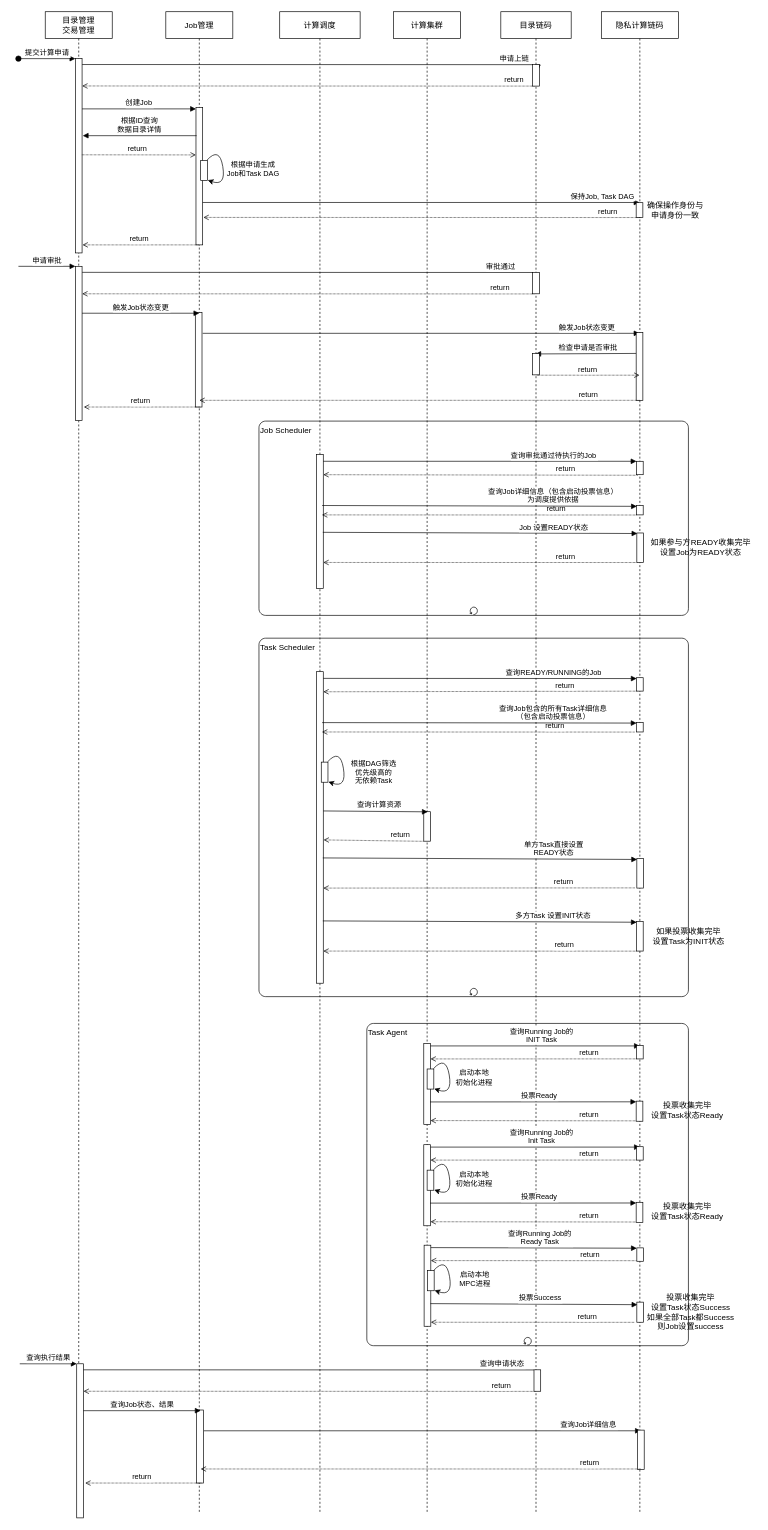
zmmwl/drawio keeps this draw.io diagram as mpc/sequence.drawio. Above is the earlier version. Source tidied: cells renumbered, new cells numbered last; positions are measured from the earlier drawing's top-left corner, leaving out a move shared by most shapes. Both pictures are drawn from the tidied source at 67%, with x=0, y=0 at pixel (18, 11).
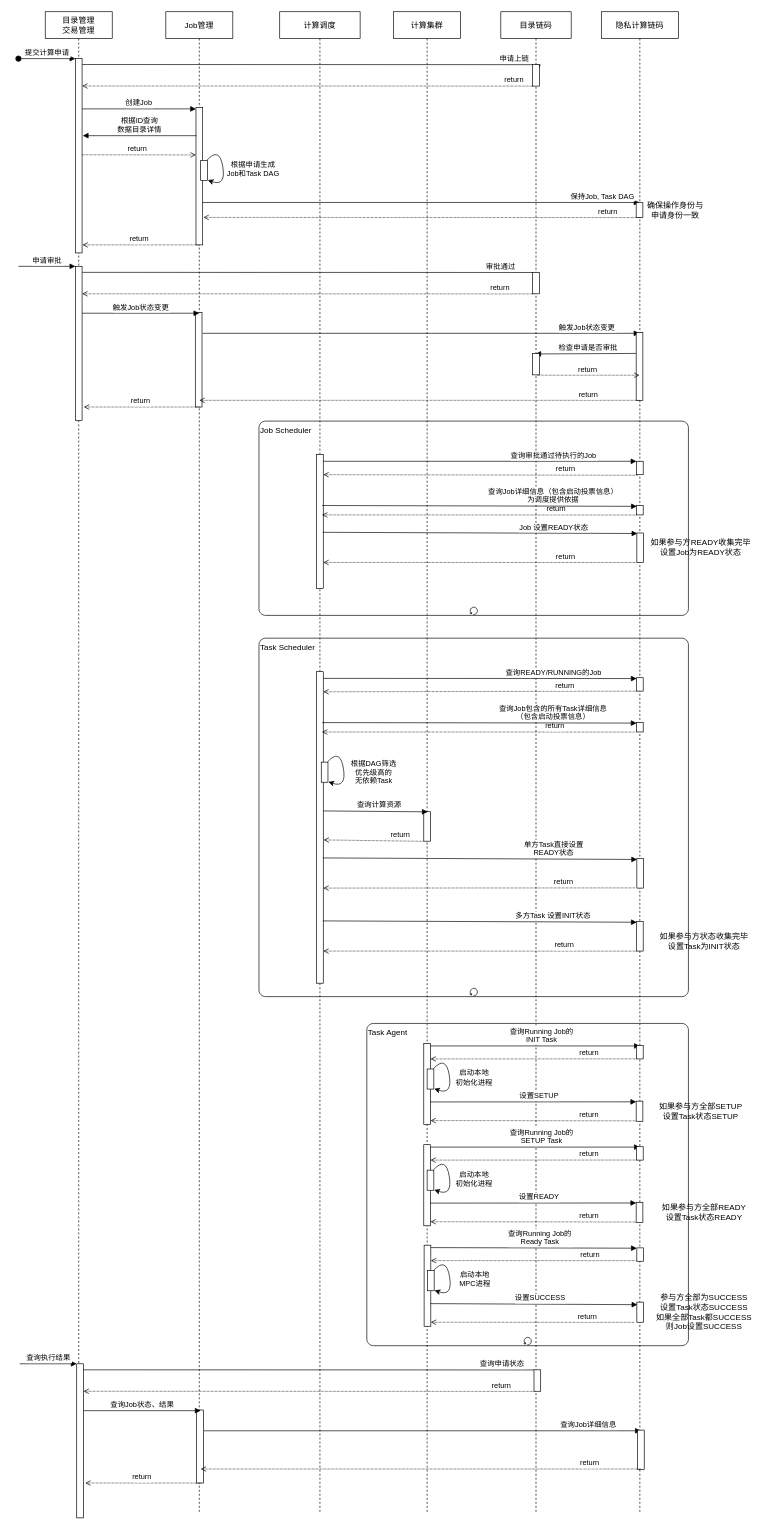
The same diagram, later.

The change refers to these unchanged cells:
```xml
<mxCell id="103" style="points=[];perimeter=orthogonalPerimeter;rounded=0;shadow=0;strokeWidth=1;" parent="1" vertex="1">
  <mxGeometry x="923" y="1926" width="10" height="30" as="geometry" />
</mxCell>
<mxCell id="106" style="points=[];perimeter=orthogonalPerimeter;rounded=0;shadow=0;strokeWidth=1;" parent="1" vertex="1">
  <mxGeometry x="922" y="1626" width="10" height="30" as="geometry" />
</mxCell>
<mxCell id="116" style="points=[];perimeter=orthogonalPerimeter;rounded=0;shadow=0;strokeWidth=1;" parent="1" vertex="1">
  <mxGeometry x="922.5" y="1694" width="10" height="20" as="geometry" />
</mxCell>
<mxCell id="117" style="points=[];perimeter=orthogonalPerimeter;rounded=0;shadow=0;strokeWidth=1;" parent="1" vertex="1">
  <mxGeometry x="922" y="1777" width="10" height="30" as="geometry" />
</mxCell>
```

The edit, as a diff of the source:
```diff
@@
-    <mxCell id="62" value="如果投票收集完毕&lt;br style=&quot;padding: 0px ; margin: 0px&quot;&gt;设置Task为INIT状态" style="text;html=1;align=center;verticalAlign=middle;fillColor=none;strokeColor=none;rounded=0;" parent="1" vertex="1">
-      <mxGeometry x="940" y="1365" width="120" height="30" as="geometry" />
+    <mxCell id="62" value="如果参与方状态收集完毕&lt;br style=&quot;padding: 0px ; margin: 0px&quot;&gt;设置Task为INIT状态" style="text;html=1;align=center;verticalAlign=middle;fillColor=none;strokeColor=none;rounded=0;" parent="1" vertex="1">
+      <mxGeometry x="947.5" y="1372" width="150" height="30" as="geometry" />
     </mxCell>
@@
-    <mxCell id="77" value="投票Ready" style="verticalAlign=bottom;endArrow=block;shadow=0;strokeWidth=1;entryX=0.014;entryY=0.033;entryDx=0;entryDy=0;entryPerimeter=0;exitX=0.938;exitY=0.666;exitDx=0;exitDy=0;exitPerimeter=0;" parent="1" edge="1" target="106">
+    <mxCell id="77" value="设置SETUP" style="verticalAlign=bottom;endArrow=block;shadow=0;strokeWidth=1;entryX=0.014;entryY=0.033;entryDx=0;entryDy=0;entryPerimeter=0;exitX=0.938;exitY=0.666;exitDx=0;exitDy=0;exitPerimeter=0;" parent="1" edge="1" target="106">
       <mxGeometry x="0.06" relative="1" as="geometry">
         <mxPoint x="614.4" y="1627.2" as="sourcePoint" />
       </mxGeometry>
     </mxCell>
@@
-    <mxCell id="79" value="投票收集完毕&lt;br style=&quot;padding: 0px ; margin: 0px&quot;&gt;设置Task状态Ready" style="text;html=1;align=center;verticalAlign=middle;fillColor=none;strokeColor=none;rounded=0;" parent="1" vertex="1">
-      <mxGeometry x="937.5" y="1624" width="120" height="30" as="geometry" />
+    <mxCell id="79" value="如果参与方全部SETUP&lt;br style=&quot;padding: 0px ; margin: 0px&quot;&gt;设置Task状态SETUP" style="text;html=1;align=center;verticalAlign=middle;fillColor=none;strokeColor=none;rounded=0;" parent="1" vertex="1">
+      <mxGeometry x="947.5" y="1626" width="140" height="30" as="geometry" />
     </mxCell>
@@
-    <mxCell id="86" value="投票Success" style="verticalAlign=bottom;endArrow=block;shadow=0;strokeWidth=1;entryX=0.087;entryY=0.126;entryDx=0;entryDy=0;entryPerimeter=0;exitX=0.938;exitY=0.666;exitDx=0;exitDy=0;exitPerimeter=0;" parent="1" edge="1" target="103">
+    <mxCell id="86" value="设置SUCCESS" style="verticalAlign=bottom;endArrow=block;shadow=0;strokeWidth=1;entryX=0.087;entryY=0.126;entryDx=0;entryDy=0;entryPerimeter=0;exitX=0.938;exitY=0.666;exitDx=0;exitDy=0;exitPerimeter=0;" parent="1" edge="1" target="103">
       <mxGeometry x="0.06" relative="1" as="geometry">
         <mxPoint x="614.9" y="1928.2" as="sourcePoint" />
       </mxGeometry>
     </mxCell>
@@
-    <mxCell id="88" value="投票收集完毕&lt;br style=&quot;padding: 0px ; margin: 0px&quot;&gt;设置Task状态Success&lt;br&gt;如果全部Task都Success&lt;br&gt;则Job设置success" style="text;html=1;align=center;verticalAlign=middle;fillColor=none;strokeColor=none;rounded=0;" parent="1" vertex="1">
-      <mxGeometry x="927.5" y="1911" width="150" height="60" as="geometry" />
+    <mxCell id="88" value="参与方全部为SUCCESS&lt;br style=&quot;padding: 0px ; margin: 0px&quot;&gt;设置Task状态SUCCESS&lt;br&gt;如果全部Task都SUCCESS&lt;br&gt;则Job设置SUCCESS" style="text;html=1;align=center;verticalAlign=middle;fillColor=none;strokeColor=none;rounded=0;" parent="1" vertex="1">
+      <mxGeometry x="942.5" y="1911" width="160" height="60" as="geometry" />
     </mxCell>
@@
-    <mxCell id="108" value="查询Running Job的&#10;Init Task" style="verticalAlign=bottom;endArrow=block;shadow=0;strokeWidth=1;exitX=1.013;exitY=0.053;exitDx=0;exitDy=0;exitPerimeter=0;entryX=0.5;entryY=0.03;entryDx=0;entryDy=0;entryPerimeter=0;" parent="1" edge="1" target="116">
+    <mxCell id="108" value="查询Running Job的&#10;SETUP Task" style="verticalAlign=bottom;endArrow=block;shadow=0;strokeWidth=1;exitX=1.013;exitY=0.053;exitDx=0;exitDy=0;exitPerimeter=0;entryX=0.5;entryY=0.03;entryDx=0;entryDy=0;entryPerimeter=0;" parent="1" edge="1" target="116">
       <mxGeometry x="0.06" relative="1" as="geometry">
         <mxPoint x="615.1" y="1694.6" as="sourcePoint" />
       </mxGeometry>
     </mxCell>
@@
-    <mxCell id="113" value="投票Ready" style="verticalAlign=bottom;endArrow=block;shadow=0;strokeWidth=1;entryX=0.014;entryY=0.033;entryDx=0;entryDy=0;entryPerimeter=0;exitX=0.938;exitY=0.666;exitDx=0;exitDy=0;exitPerimeter=0;" parent="1" edge="1" target="117">
+    <mxCell id="113" value="设置READY" style="verticalAlign=bottom;endArrow=block;shadow=0;strokeWidth=1;entryX=0.014;entryY=0.033;entryDx=0;entryDy=0;entryPerimeter=0;exitX=0.938;exitY=0.666;exitDx=0;exitDy=0;exitPerimeter=0;" parent="1" edge="1" target="117">
       <mxGeometry x="0.06" relative="1" as="geometry">
         <mxPoint x="614.4" y="1778.2" as="sourcePoint" />
       </mxGeometry>
     </mxCell>
@@
-    <mxCell id="115" value="投票收集完毕&lt;br style=&quot;padding: 0px ; margin: 0px&quot;&gt;设置Task状态Ready" style="text;html=1;align=center;verticalAlign=middle;fillColor=none;strokeColor=none;rounded=0;" parent="1" vertex="1">
-      <mxGeometry x="937.5" y="1775" width="120" height="30" as="geometry" />
-    </mxCell>
@@
+    <mxCell id="118" value="如果参与方全部READY&lt;br style=&quot;padding: 0px ; margin: 0px&quot;&gt;设置Task状态READY" style="text;html=1;align=center;verticalAlign=middle;fillColor=none;strokeColor=none;rounded=0;" parent="1" vertex="1">
+      <mxGeometry x="952.5" y="1777" width="140" height="30" as="geometry" />
+    </mxCell>
```
